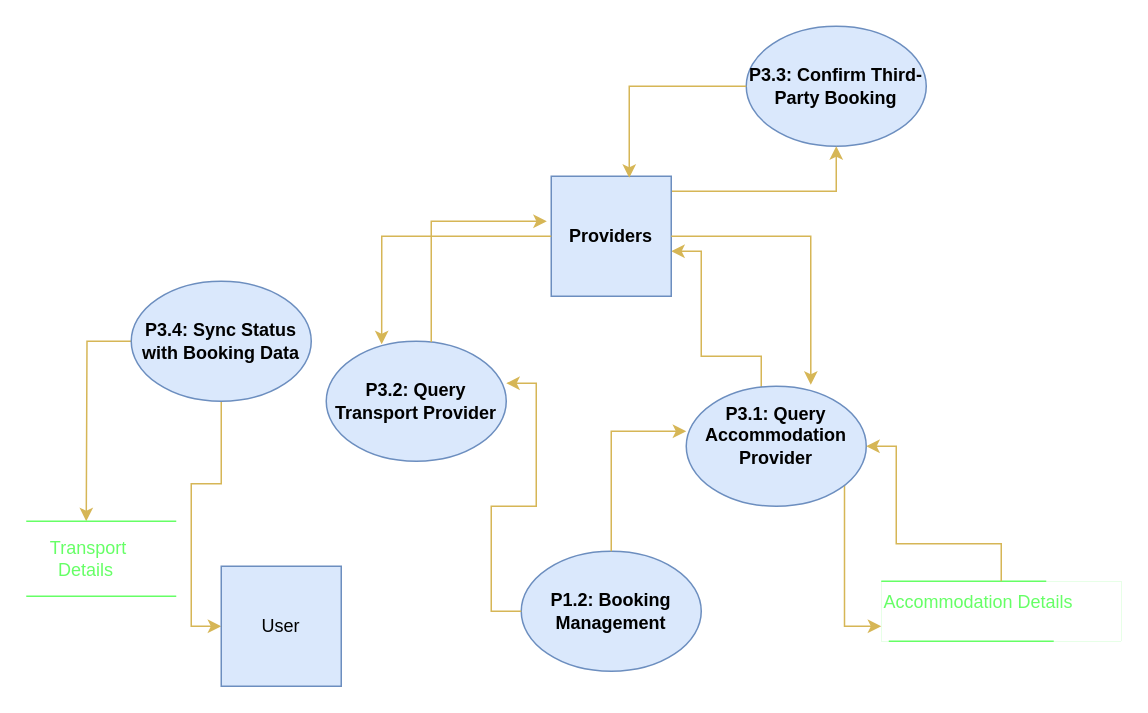
Earlier version of the draw.io diagram DFD/DFD LEVEL 3.drawio (Luis-S4/Tourism-MS). Source tidied: cells renumbered, new cells numbered last; positions are measured from the earlier drawing's top-left corner, leaving out a move shared by most shapes. Both pictures are drawn from the tidied source at 150%, with x=0, y=0 at pixel (26, 26).
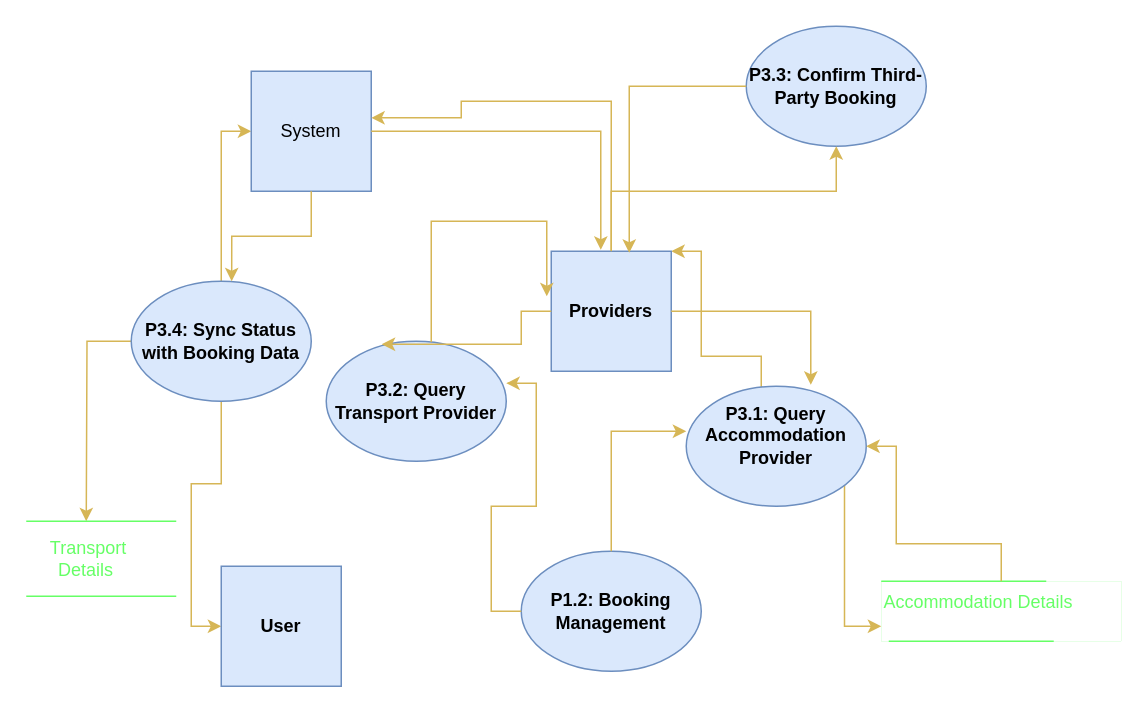
The same page after the edit.

Unchanged cells that the change refers to:
```xml
<mxCell id="4" value="&lt;b&gt;P3.4: Sync Status with Booking Data&lt;/b&gt;" style="ellipse;whiteSpace=wrap;html=1;fillColor=#dae8fc;strokeColor=#6c8ebf;" parent="1" vertex="1">
  <mxGeometry x="70" y="170" width="120" height="80" as="geometry" />
</mxCell>
```

The edit, as a diff of the source:
```diff
@@
+    <mxCell id="27" style="edgeStyle=orthogonalEdgeStyle;rounded=0;jettySize=auto;html=1;entryX=0;entryY=0.5;entryDx=0;entryDy=0;fillColor=#fff2cc;strokeColor=#d6b656;" parent="1" edge="1" source="4" target="28">
+      <mxGeometry relative="1" as="geometry" />
+    </mxCell>
@@
     <mxCell id="14" value="&lt;b&gt;Providers&lt;/b&gt;" style="whiteSpace=wrap;html=1;fillColor=#dae8fc;strokeColor=#6c8ebf;" parent="1" vertex="1">
-      <mxGeometry x="350" y="100" width="80" height="80" as="geometry" />
+      <mxGeometry x="350" y="150" width="80" height="80" as="geometry" />
     </mxCell>
@@
-    <mxCell id="19" value="User" style="whiteSpace=wrap;html=1;fillColor=#dae8fc;strokeColor=#6c8ebf;" parent="1" vertex="1">
+    <mxCell id="19" value="User" style="whiteSpace=wrap;html=1;fillColor=#dae8fc;strokeColor=#6c8ebf;fontStyle=1;" parent="1" vertex="1">
       <mxGeometry x="130" y="360" width="80" height="80" as="geometry" />
     </mxCell>
@@
+    <mxCell id="28" value="System" style="whiteSpace=wrap;html=1;fillColor=#dae8fc;strokeColor=#6c8ebf;" parent="1" vertex="1">
+      <mxGeometry x="150" y="30" width="80" height="80" as="geometry" />
+    </mxCell>
+    <mxCell id="29" style="edgeStyle=orthogonalEdgeStyle;rounded=0;jettySize=auto;html=1;entryX=0.558;entryY=0;entryDx=0;entryDy=0;entryPerimeter=0;fillColor=#fff2cc;strokeColor=#d6b656;" parent="1" edge="1" source="28" target="4">
+      <mxGeometry relative="1" as="geometry" />
+    </mxCell>
+    <mxCell id="30" style="edgeStyle=orthogonalEdgeStyle;rounded=0;jettySize=auto;html=1;entryX=0.413;entryY=-0.012;entryDx=0;entryDy=0;entryPerimeter=0;fillColor=#fff2cc;strokeColor=#d6b656;" parent="1" edge="1" source="28" target="14">
+      <mxGeometry relative="1" as="geometry" />
+    </mxCell>
+    <mxCell id="31" style="edgeStyle=orthogonalEdgeStyle;rounded=0;jettySize=auto;html=1;entryX=1;entryY=0.388;entryDx=0;entryDy=0;entryPerimeter=0;fillColor=#fff2cc;strokeColor=#d6b656;" parent="1" edge="1" source="14" target="28">
+      <mxGeometry relative="1" as="geometry">
+        <Array as="points">
+          <mxPoint x="390" y="50" />
+          <mxPoint x="290" y="50" />
+          <mxPoint x="290" y="61" />
+        </Array>
+      </mxGeometry>
+    </mxCell>
```
